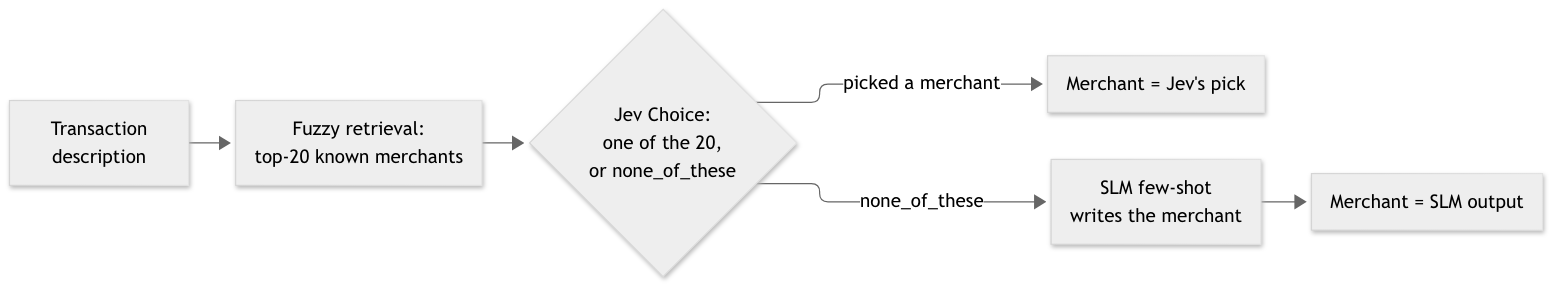
Before: reports/figures/jev_slm_cascade.png, a diagram exported from Mermaid (aeoxyz-jpg/tranx-transaction-standardization). Its source is kept beside it as docs/diagrams/jev_slm_cascade.mmd. Its diagram source:
```mermaid
flowchart LR
    D["Transaction<br/>description"] --> F["Fuzzy retrieval:<br/>top-20 known merchants"]
    F --> J{"Jev Choice:<br/>one of the 20,<br/>or none_of_these"}
    J -->|"picked a merchant"| OUT1["Merchant = Jev's pick"]
    J -->|none_of_these| S["SLM few-shot<br/>writes the merchant"]
    S --> OUT2["Merchant = SLM output"]
```
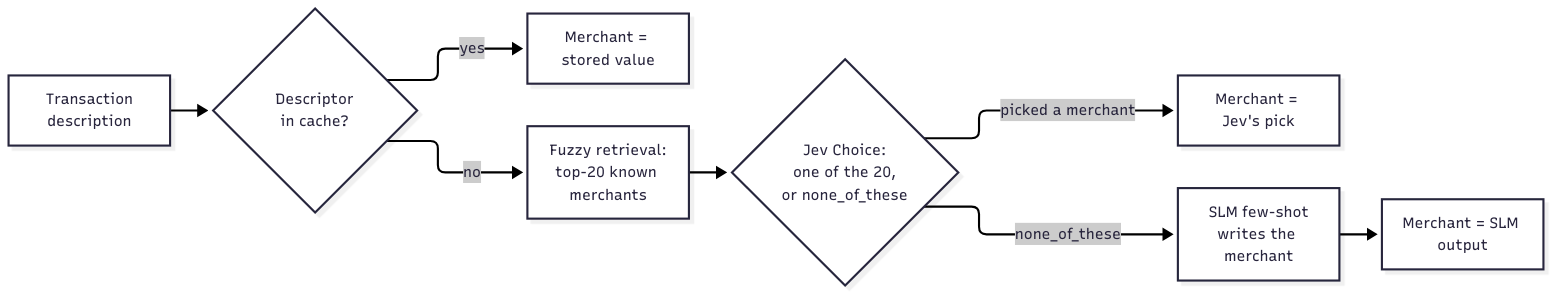
After the change.

The edit, as a diff of the source:
```diff
@@ -1,5 +1,7 @@
 flowchart LR
-    D["Transaction<br/>description"] --> F["Fuzzy retrieval:<br/>top-20 known merchants"]
+    D["Transaction<br/>description"] --> C{"Descriptor<br/>in cache?"}
+    C -->|yes| OUT0["Merchant = stored value"]
+    C -->|no| F["Fuzzy retrieval:<br/>top-20 known merchants"]
     F --> J{"Jev Choice:<br/>one of the 20,<br/>or none_of_these"}
     J -->|"picked a merchant"| OUT1["Merchant = Jev's pick"]
     J -->|none_of_these| S["SLM few-shot<br/>writes the merchant"]
```
